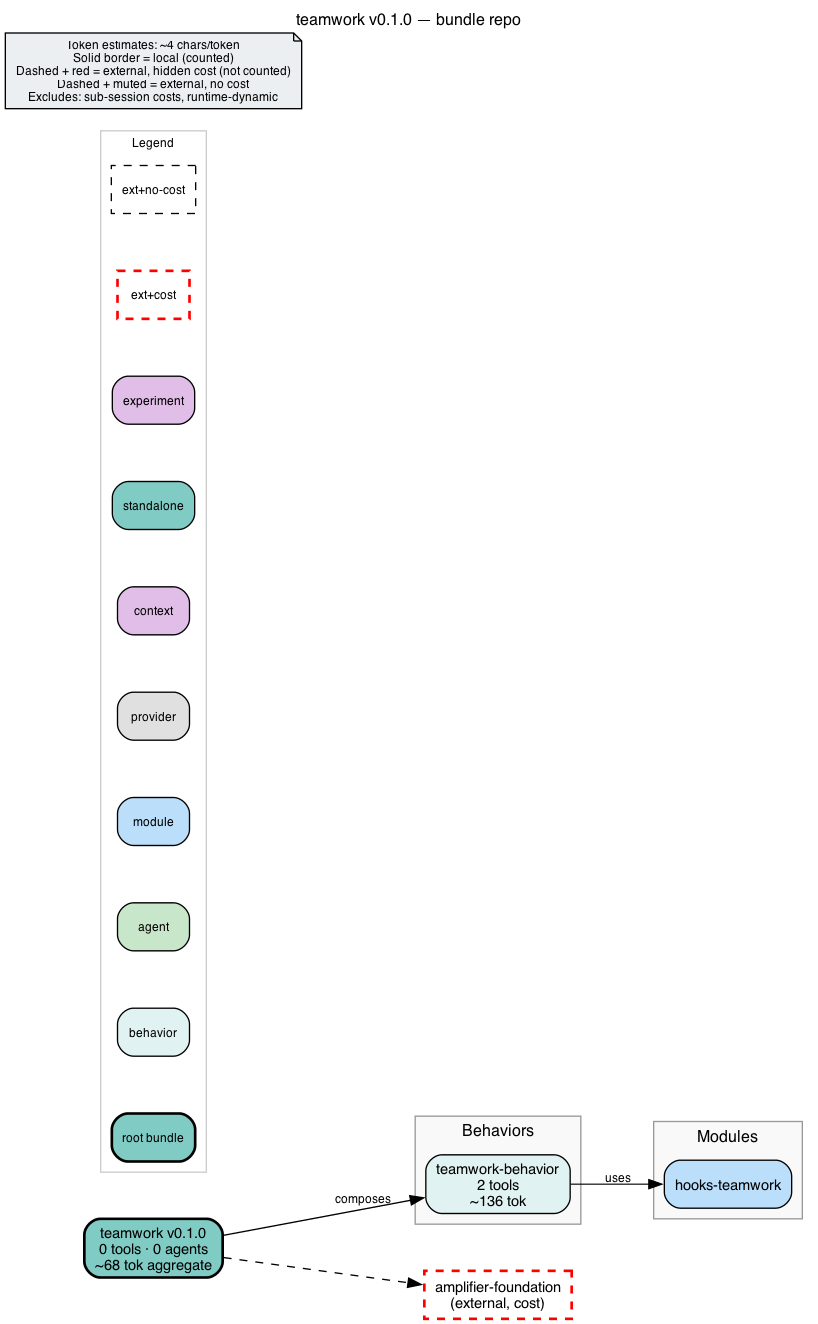
Before: bundle.png, a diagram exported from Graphviz (michaeljabbour/amplifier-bundle-teamwork). Its source is kept beside it as bundle.dot.
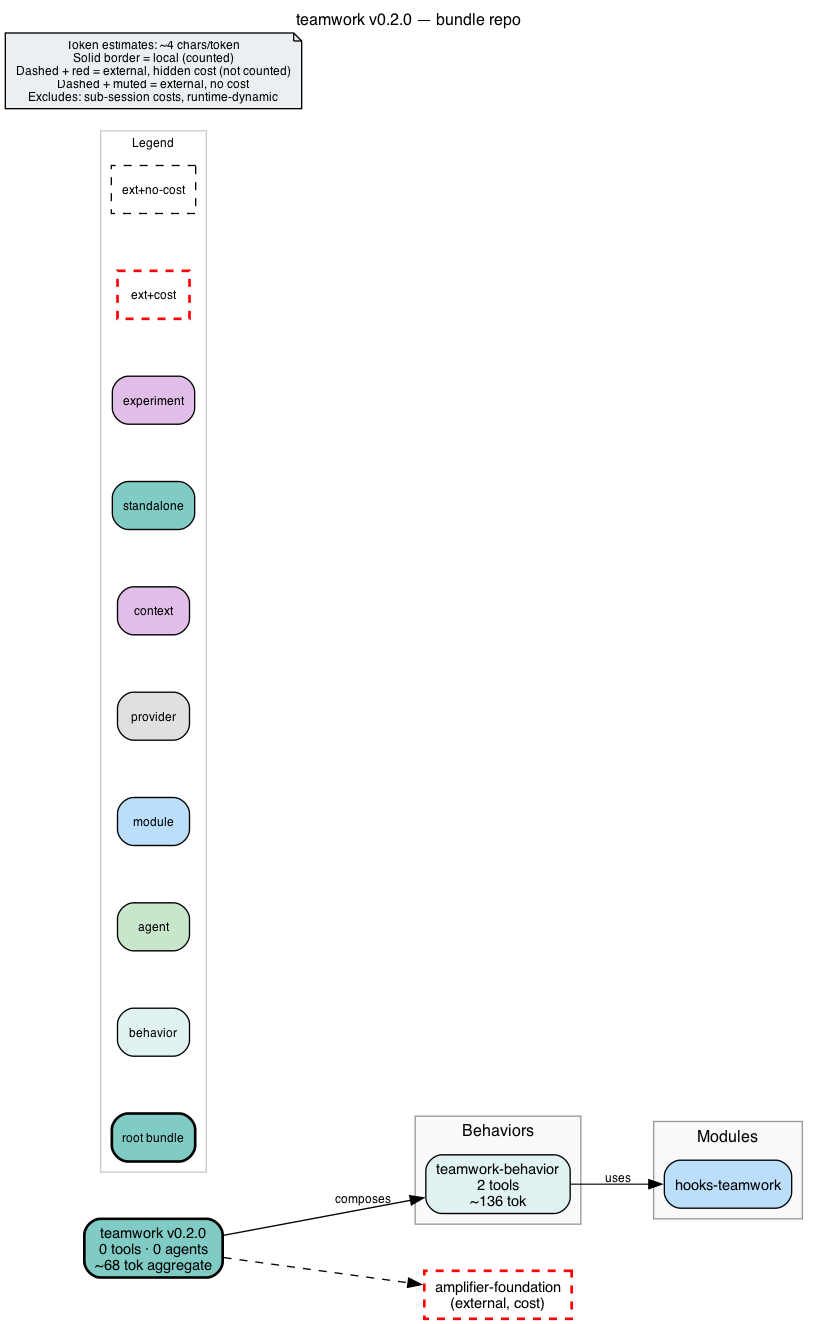
Above is the later version.

Commit message:
chore(teamwork): 0.2.0 -- new default origin, SSO extra, refreshed docs

Change to the diagram source:
```diff
@@ -2,18 +2,18 @@
     rankdir=LR
     fontname="Helvetica"
     fontsize=12
-    label="teamwork v0.1.0 — bundle repo"
+    label="teamwork v0.2.0 — bundle repo"
     labelloc=t
     labeljust=c
     nodesep=0.6
     ranksep=0.7
     bgcolor="white"
-    source_hash="51169b22ac1fe97c55b69b47255d440c6acda57c9e66b39774fb69001cb86418"
+    source_hash="eabf46aba12adbe35f74deaebe9bb8b220621fc80306348ffc8e11a454e85ce5"
 
     node [fontname="Helvetica", fontsize=11, style="filled,rounded"]
     edge [fontname="Helvetica", fontsize=9]
 
-    root_teamwork [label="teamwork v0.1.0\n0 tools · 0 agents\n~68 tok aggregate", shape=box, fillcolor="#80cbc4", style="filled,rounded,bold", penwidth=2]
+    root_teamwork [label="teamwork v0.2.0\n0 tools · 0 agents\n~68 tok aggregate", shape=box, fillcolor="#80cbc4", style="filled,rounded,bold", penwidth=2]
 
     subgraph cluster_behaviors {
         label="Behaviors"
```
